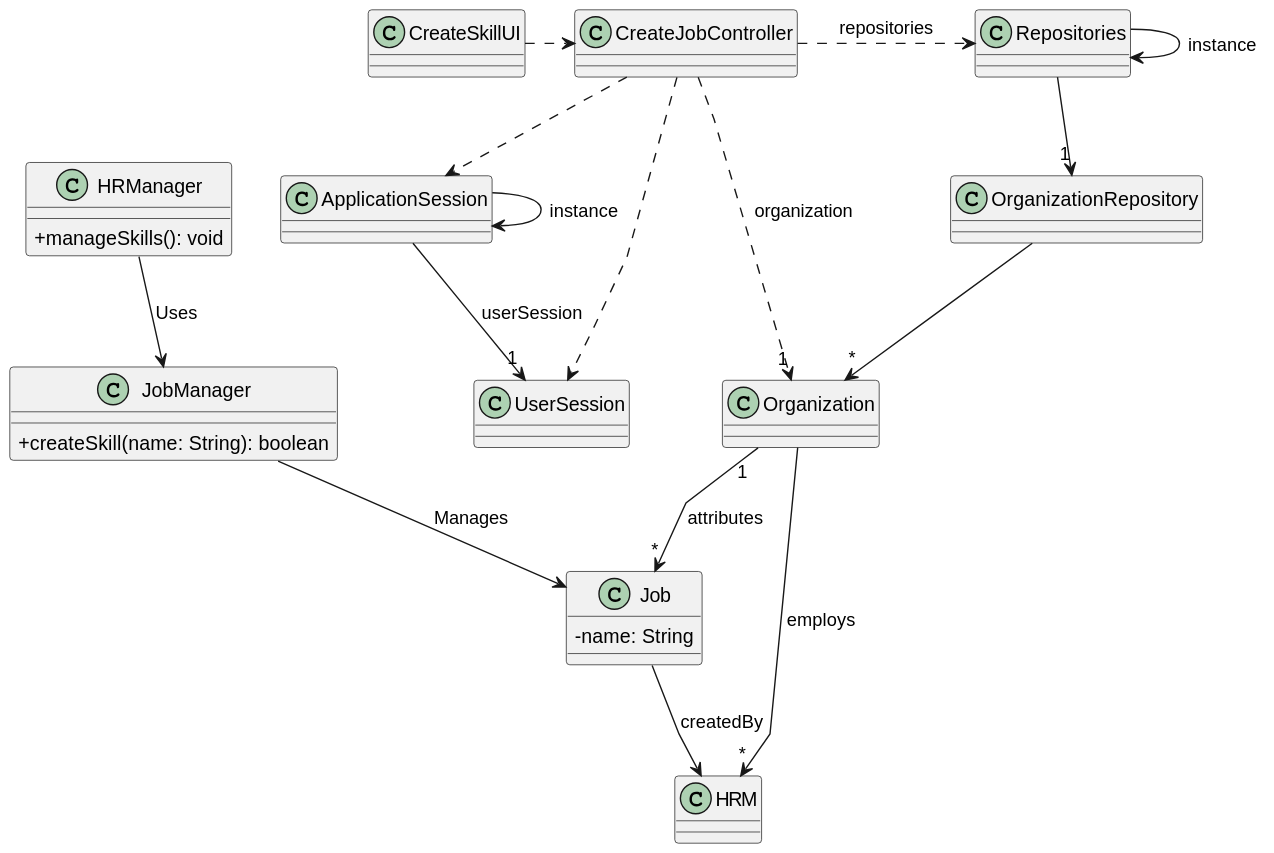
Earlier version of the PlantUML export docs/sprint2/us002/03.design/svg/us002-class-diagram.svg (tiagosoa/lei-24-s2-1dgh-g073).
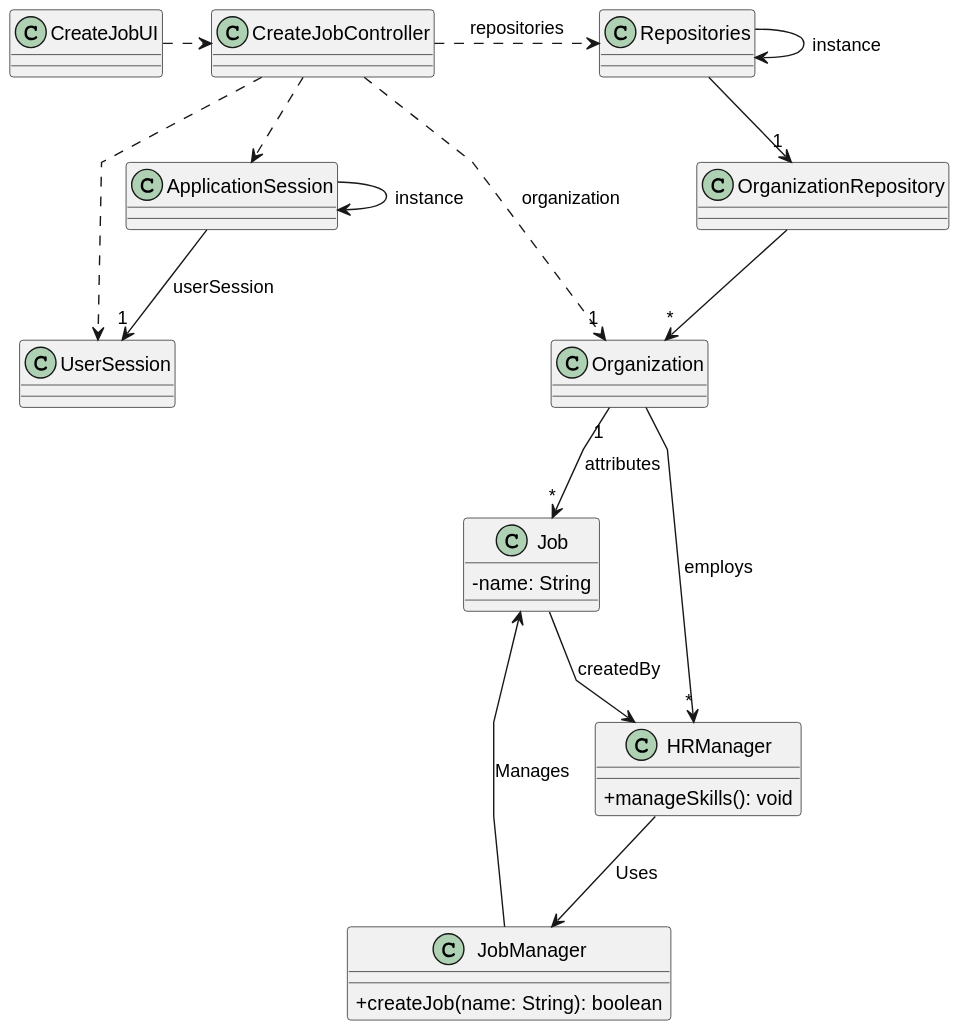
The same file after the commit.

Diff of the diagram source:
```diff
@@ -11,7 +11,7 @@
 }
 
 class JobManager {
-    + createSkill(name: String): boolean
+    + createJob(name: String): boolean
 }
 
 class HRManager {
@@ -25,7 +25,7 @@
 Repositories -> Repositories : instance
 ApplicationSession -> ApplicationSession : instance
 
-CreateSkillUI .> CreateJobController
+CreateJobUI .> CreateJobController
 
 CreateJobController .> Repositories : repositories
 
@@ -38,7 +38,7 @@
 CreateJobController ..> ApplicationSession
 CreateJobController ..> UserSession
 Organization "1" --> "*" Job : attributes
-Job --> HRM : createdBy
+Job --> HRManager : createdBy
 
-Organization --> "*" HRM : employs
+Organization --> "*" HRManager : employs
 @enduml
```
